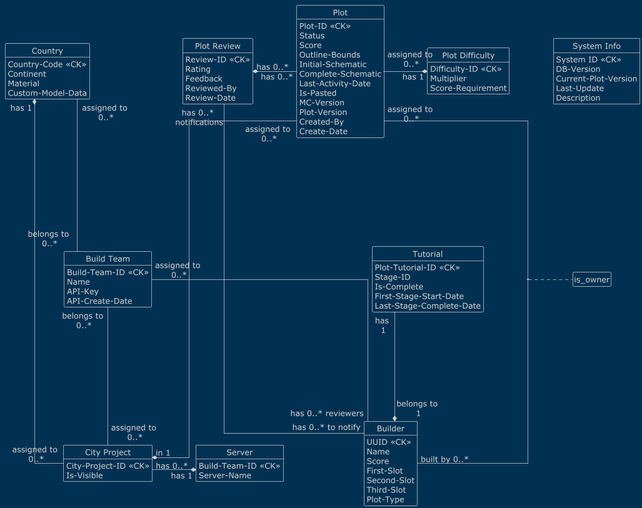
AlpsBTE/Plot-System-DB keeps this PlantUML diagram as conceptual-db.png. Above is the earlier version.
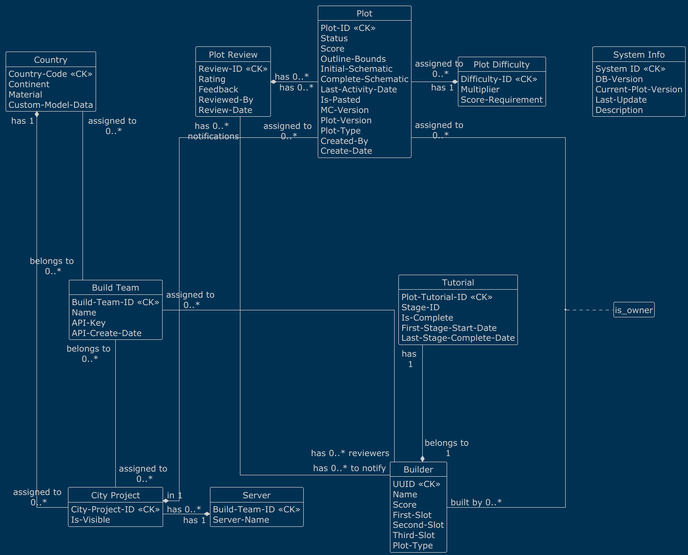
The same diagram one commit later.

Diff of the diagram source:
```diff
@@ -68,6 +68,7 @@
     Is-Pasted
     MC-Version
     Plot-Version
+    Plot-Type
     Created-By
     Create-Date
 }
```
